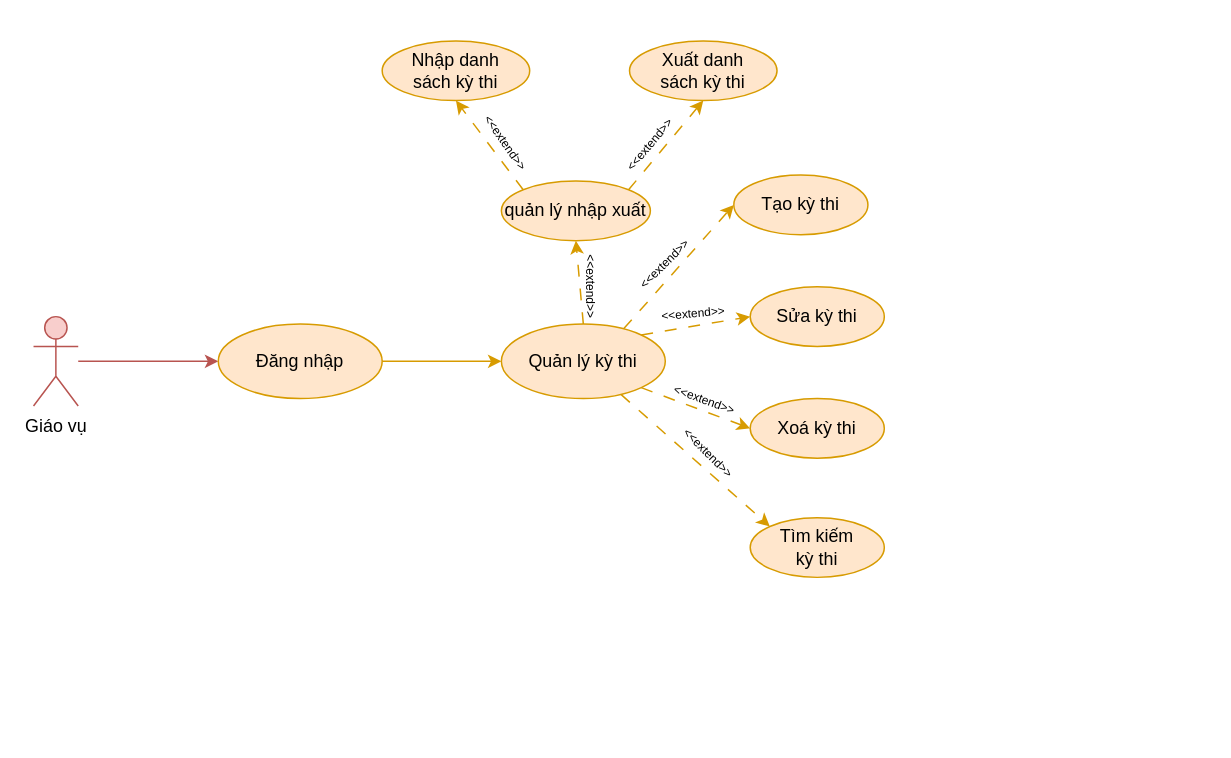
This is document/temp/draw/usecase_phanra/usecase_kythi.drawio from copecute/Edudex-Quiz, a draw.io file, before an edit. Source tidied: cells renumbered, new cells numbered last; positions are measured from the earlier drawing's top-left corner, leaving out a move shared by most shapes. Both pictures are drawn from the tidied source at 149%, with x=0, y=0 at pixel (33, 40).
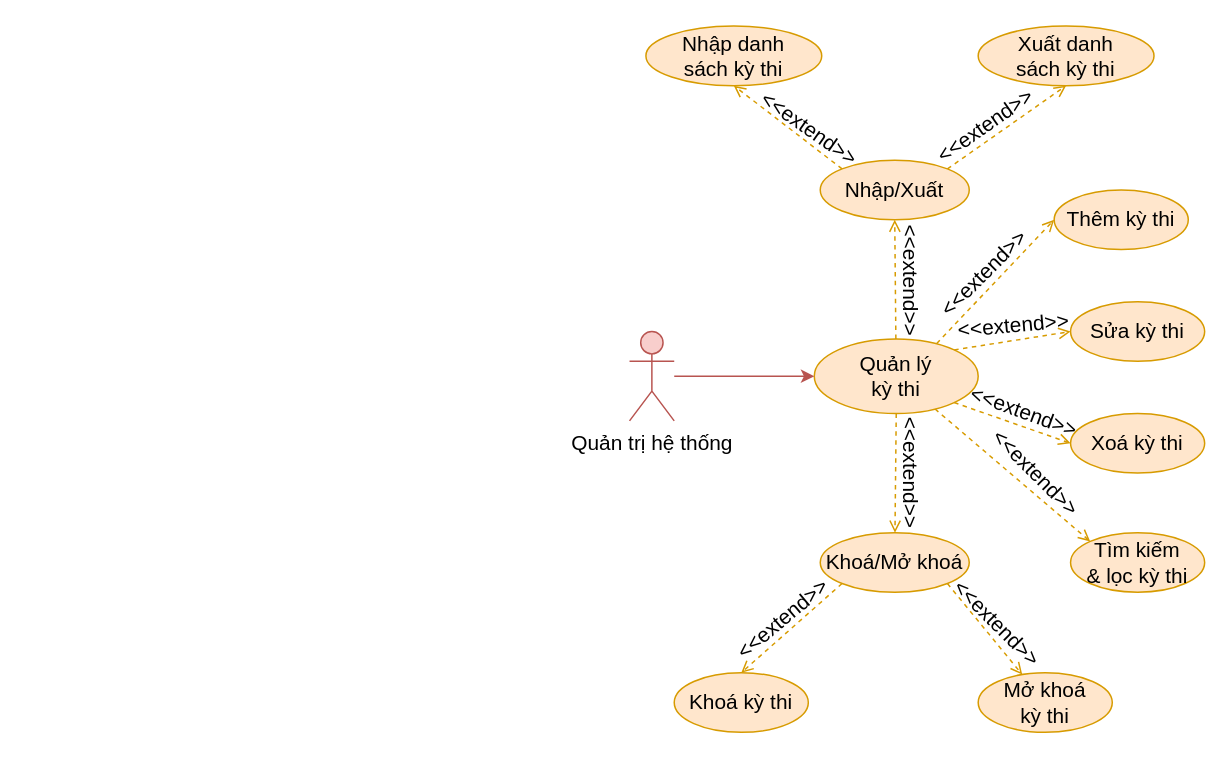
The same page after the edit.

What changed in the source:
```diff
@@
-    <mxCell id="2" value="&lt;font style=&quot;font-size: 8px;&quot;&gt;&amp;lt;&amp;lt;extend&amp;gt;&amp;gt;&lt;/font&gt;" style="text;html=1;strokeColor=none;fillColor=none;align=center;verticalAlign=middle;whiteSpace=wrap;rounded=0;rotation=90;" parent="1" vertex="1">
-      <mxGeometry x="345" y="150" width="60" height="30" as="geometry" />
-    </mxCell>
-    <mxCell id="3" style="rounded=0;jettySize=auto;html=1;entryX=0;entryY=0;entryDx=0;entryDy=0;fillColor=#ffe6cc;strokeColor=#d79b00;dashed=1;dashPattern=8 8;" parent="1" edge="1" source="5" target="12">
-      <mxGeometry relative="1" as="geometry" />
-    </mxCell>
-    <mxCell id="4" style="rounded=0;jettySize=auto;html=1;exitX=0.5;exitY=0;exitDx=0;exitDy=0;entryX=0.5;entryY=1;entryDx=0;entryDy=0;fillColor=#ffe6cc;strokeColor=#d79b00;dashed=1;dashPattern=8 8;" parent="1" edge="1" source="5" target="19">
-      <mxGeometry relative="1" as="geometry" />
-    </mxCell>
+    <mxCell id="28" style="rounded=0;jettySize=auto;html=1;entryX=0;entryY=0;entryDx=0;entryDy=0;fillColor=#ffe6cc;strokeColor=#d79b00;dashed=1;fontSize=14;endArrow=open;endFill=0;" parent="1" edge="1" source="5" target="33">
+      <mxGeometry relative="1" as="geometry" />
+    </mxCell>
+    <mxCell id="29" style="rounded=0;jettySize=auto;html=1;entryX=0.5;entryY=1;entryDx=0;entryDy=0;fillColor=#ffe6cc;strokeColor=#d79b00;dashed=1;fontSize=14;endArrow=open;endFill=0;" parent="1" edge="1" source="5" target="40">
+      <mxGeometry relative="1" as="geometry" />
+    </mxCell>
+    <mxCell id="30" style="rounded=0;jettySize=auto;html=1;dashed=1;endArrow=open;endFill=0;fillColor=#ffe6cc;strokeColor=#d79b00;fontSize=14;" parent="1" edge="1" source="5" target="48">
+      <mxGeometry relative="1" as="geometry" />
+    </mxCell>
-    <mxCell id="5" value="Quản lý kỳ thi" style="ellipse;whiteSpace=wrap;html=1;fillColor=#ffe6cc;strokeColor=#d79b00;" parent="1" vertex="1">
-      <mxGeometry x="314" y="190" width="110" height="50" as="geometry" />
+    <mxCell id="5" value="Quản lý&lt;br style=&quot;font-size: 14px;&quot;&gt;kỳ thi" style="ellipse;whiteSpace=wrap;html=1;fillColor=#ffe6cc;strokeColor=#d79b00;fontSize=14;" parent="1" vertex="1">
+      <mxGeometry x="524" y="200" width="110" height="50" as="geometry" />
     </mxCell>
-    <mxCell id="6" style="rounded=0;jettySize=auto;html=1;entryX=0;entryY=0.5;entryDx=0;entryDy=0;fillColor=#ffe6cc;strokeColor=#d79b00;exitX=0.747;exitY=0.061;exitDx=0;exitDy=0;exitPerimeter=0;dashed=1;dashPattern=8 8;" parent="1" edge="1" source="5" target="9">
-      <mxGeometry relative="1" as="geometry" />
-    </mxCell>
+    <mxCell id="31" style="rounded=0;jettySize=auto;html=1;entryX=0;entryY=0.5;entryDx=0;entryDy=0;fillColor=#ffe6cc;strokeColor=#d79b00;exitX=0.747;exitY=0.061;exitDx=0;exitDy=0;exitPerimeter=0;dashed=1;fontSize=14;endArrow=open;endFill=0;" parent="1" edge="1" source="5" target="32">
+      <mxGeometry relative="1" as="geometry" />
+    </mxCell>
-    <mxCell id="7" style="rounded=0;jettySize=auto;html=1;entryX=0;entryY=0.5;entryDx=0;entryDy=0;fillColor=#ffe6cc;strokeColor=#d79b00;exitX=1;exitY=0;exitDx=0;exitDy=0;dashed=1;dashPattern=8 8;" parent="1" edge="1" source="5" target="10">
+    <mxCell id="7" style="rounded=0;jettySize=auto;html=1;entryX=0;entryY=0.5;entryDx=0;entryDy=0;fillColor=#ffe6cc;strokeColor=#d79b00;exitX=1;exitY=0;exitDx=0;exitDy=0;dashed=1;fontSize=14;endArrow=open;endFill=0;" parent="1" edge="1" source="5" target="10">
       <mxGeometry relative="1" as="geometry" />
     </mxCell>
-    <mxCell id="8" style="rounded=0;jettySize=auto;html=1;exitX=1;exitY=1;exitDx=0;exitDy=0;entryX=0;entryY=0.5;entryDx=0;entryDy=0;fillColor=#ffe6cc;strokeColor=#d79b00;dashed=1;dashPattern=8 8;" parent="1" edge="1" source="5" target="11">
+    <mxCell id="8" style="rounded=0;jettySize=auto;html=1;exitX=1;exitY=1;exitDx=0;exitDy=0;entryX=0;entryY=0.5;entryDx=0;entryDy=0;fillColor=#ffe6cc;strokeColor=#d79b00;dashed=1;fontSize=14;endArrow=open;endFill=0;" parent="1" edge="1" source="5" target="11">
       <mxGeometry relative="1" as="geometry" />
     </mxCell>
-    <mxCell id="9" value="Tạo kỳ thi" style="ellipse;whiteSpace=wrap;html=1;fillColor=#ffe6cc;strokeColor=#d79b00;" parent="1" vertex="1">
-      <mxGeometry x="470" y="90" width="90" height="40" as="geometry" />
-    </mxCell>
+    <mxCell id="32" value="Thêm kỳ thi" style="ellipse;whiteSpace=wrap;html=1;fillColor=#ffe6cc;strokeColor=#d79b00;fontSize=14;" parent="1" vertex="1">
+      <mxGeometry x="685" y="100" width="90" height="40" as="geometry" />
+    </mxCell>
-    <mxCell id="10" value="Sửa kỳ thi" style="ellipse;whiteSpace=wrap;html=1;fillColor=#ffe6cc;strokeColor=#d79b00;" parent="1" vertex="1">
-      <mxGeometry x="481" y="165" width="90" height="40" as="geometry" />
+    <mxCell id="10" value="Sửa kỳ thi" style="ellipse;whiteSpace=wrap;html=1;fillColor=#ffe6cc;strokeColor=#d79b00;fontSize=14;" parent="1" vertex="1">
+      <mxGeometry x="696" y="175" width="90" height="40" as="geometry" />
     </mxCell>
-    <mxCell id="11" value="Xoá kỳ thi" style="ellipse;whiteSpace=wrap;html=1;fillColor=#ffe6cc;strokeColor=#d79b00;" parent="1" vertex="1">
-      <mxGeometry x="481" y="240" width="90" height="40" as="geometry" />
+    <mxCell id="11" value="Xoá kỳ thi" style="ellipse;whiteSpace=wrap;html=1;fillColor=#ffe6cc;strokeColor=#d79b00;fontSize=14;" parent="1" vertex="1">
+      <mxGeometry x="696" y="250" width="90" height="40" as="geometry" />
     </mxCell>
-    <mxCell id="12" value="Tìm kiếm&lt;br&gt;kỳ thi" style="ellipse;whiteSpace=wrap;html=1;fillColor=#ffe6cc;strokeColor=#d79b00;" parent="1" vertex="1">
-      <mxGeometry x="481" y="320" width="90" height="40" as="geometry" />
-    </mxCell>
-    <mxCell id="13" value="&lt;font style=&quot;font-size: 8px;&quot;&gt;&amp;lt;&amp;lt;extend&amp;gt;&amp;gt;&lt;/font&gt;" style="text;html=1;strokeColor=none;fillColor=none;align=center;verticalAlign=middle;whiteSpace=wrap;rounded=0;rotation=-45;" parent="1" vertex="1">
-      <mxGeometry x="393" y="134" width="60" height="30" as="geometry" />
-    </mxCell>
-    <mxCell id="14" value="&lt;font style=&quot;font-size: 8px;&quot;&gt;&amp;lt;&amp;lt;extend&amp;gt;&amp;gt;&lt;/font&gt;" style="text;html=1;strokeColor=none;fillColor=none;align=center;verticalAlign=middle;whiteSpace=wrap;rounded=0;rotation=-5;" parent="1" vertex="1">
-      <mxGeometry x="413" y="167" width="60" height="30" as="geometry" />
-    </mxCell>
-    <mxCell id="15" value="&lt;font style=&quot;font-size: 8px;&quot;&gt;&amp;lt;&amp;lt;extend&amp;gt;&amp;gt;&lt;/font&gt;" style="text;html=1;strokeColor=none;fillColor=none;align=center;verticalAlign=middle;whiteSpace=wrap;rounded=0;rotation=20;" parent="1" vertex="1">
-      <mxGeometry x="421" y="225" width="60" height="30" as="geometry" />
-    </mxCell>
-    <mxCell id="16" value="&lt;font style=&quot;font-size: 8px;&quot;&gt;&amp;lt;&amp;lt;extend&amp;gt;&amp;gt;&lt;/font&gt;" style="text;html=1;strokeColor=none;fillColor=none;align=center;verticalAlign=middle;whiteSpace=wrap;rounded=0;rotation=45;" parent="1" vertex="1">
-      <mxGeometry x="424" y="261" width="60" height="30" as="geometry" />
-    </mxCell>
-    <mxCell id="17" style="rounded=0;jettySize=auto;html=1;exitX=0;exitY=0;exitDx=0;exitDy=0;entryX=0.5;entryY=1;entryDx=0;entryDy=0;dashed=1;dashPattern=8 8;fillColor=#ffe6cc;strokeColor=#d79b00;" parent="1" edge="1" source="19" target="21">
-      <mxGeometry relative="1" as="geometry" />
-    </mxCell>
-    <mxCell id="18" style="rounded=0;jettySize=auto;html=1;exitX=1;exitY=0;exitDx=0;exitDy=0;entryX=0.5;entryY=1;entryDx=0;entryDy=0;dashed=1;dashPattern=8 8;fillColor=#ffe6cc;strokeColor=#d79b00;" parent="1" edge="1" source="19" target="20">
-      <mxGeometry relative="1" as="geometry" />
-    </mxCell>
-    <mxCell id="19" value="quản lý nhập xuất" style="ellipse;whiteSpace=wrap;html=1;fillColor=#ffe6cc;strokeColor=#d79b00;" parent="1" vertex="1">
-      <mxGeometry x="314" y="94" width="100" height="40" as="geometry" />
-    </mxCell>
+    <mxCell id="33" value="Tìm kiếm&lt;br style=&quot;font-size: 14px;&quot;&gt;&amp;amp; lọc kỳ thi" style="ellipse;whiteSpace=wrap;html=1;fillColor=#ffe6cc;strokeColor=#d79b00;fontSize=14;" parent="1" vertex="1">
+      <mxGeometry x="696" y="330" width="90" height="40" as="geometry" />
+    </mxCell>
+    <mxCell id="34" value="&lt;font style=&quot;font-size: 14px;&quot;&gt;&amp;lt;&amp;lt;extend&amp;gt;&amp;gt;&lt;/font&gt;" style="text;html=1;strokeColor=none;fillColor=none;align=center;verticalAlign=middle;whiteSpace=wrap;rounded=0;rotation=-45;fontSize=14;" parent="1" vertex="1">
+      <mxGeometry x="608" y="141" width="60" height="30" as="geometry" />
+    </mxCell>
+    <mxCell id="35" value="&lt;font style=&quot;font-size: 14px;&quot;&gt;&amp;lt;&amp;lt;extend&amp;gt;&amp;gt;&lt;/font&gt;" style="text;html=1;strokeColor=none;fillColor=none;align=center;verticalAlign=middle;whiteSpace=wrap;rounded=0;rotation=-5;fontSize=14;" parent="1" vertex="1">
+      <mxGeometry x="628" y="176" width="60" height="30" as="geometry" />
+    </mxCell>
+    <mxCell id="36" value="&lt;font style=&quot;font-size: 14px;&quot;&gt;&amp;lt;&amp;lt;extend&amp;gt;&amp;gt;&lt;/font&gt;" style="text;html=1;strokeColor=none;fillColor=none;align=center;verticalAlign=middle;whiteSpace=wrap;rounded=0;rotation=20;fontSize=14;" parent="1" vertex="1">
+      <mxGeometry x="635" y="234" width="60" height="30" as="geometry" />
+    </mxCell>
+    <mxCell id="37" value="&lt;font style=&quot;font-size: 14px;&quot;&gt;&amp;lt;&amp;lt;extend&amp;gt;&amp;gt;&lt;/font&gt;" style="text;html=1;strokeColor=none;fillColor=none;align=center;verticalAlign=middle;whiteSpace=wrap;rounded=0;rotation=45;fontSize=14;" parent="1" vertex="1">
+      <mxGeometry x="643" y="275" width="60" height="30" as="geometry" />
+    </mxCell>
+    <mxCell id="38" style="rounded=0;jettySize=auto;html=1;exitX=0;exitY=0;exitDx=0;exitDy=0;dashed=1;fillColor=#ffe6cc;strokeColor=#d79b00;fontSize=14;endArrow=open;endFill=0;" parent="1" edge="1" source="40">
+      <mxGeometry relative="1" as="geometry">
+        <mxPoint x="470" y="30" as="targetPoint" />
+      </mxGeometry>
+    </mxCell>
+    <mxCell id="39" style="rounded=0;jettySize=auto;html=1;exitX=1;exitY=0;exitDx=0;exitDy=0;dashed=1;fillColor=#ffe6cc;strokeColor=#d79b00;fontSize=14;entryX=0.5;entryY=1;entryDx=0;entryDy=0;endArrow=open;endFill=0;" parent="1" edge="1" source="40" target="20">
+      <mxGeometry relative="1" as="geometry" />
+    </mxCell>
+    <mxCell id="40" value="Nhập/Xuất" style="ellipse;whiteSpace=wrap;html=1;fillColor=#ffe6cc;strokeColor=#d79b00;fontSize=14;" parent="1" vertex="1">
+      <mxGeometry x="528" y="80" width="100" height="40" as="geometry" />
+    </mxCell>
+    <mxCell id="41" value="&lt;font style=&quot;font-size: 14px;&quot;&gt;&amp;lt;&amp;lt;extend&amp;gt;&amp;gt;&lt;/font&gt;" style="text;html=1;strokeColor=none;fillColor=none;align=center;verticalAlign=middle;whiteSpace=wrap;rounded=0;rotation=90;fontSize=14;" parent="1" vertex="1">
+      <mxGeometry x="559" y="146" width="60" height="30" as="geometry" />
+    </mxCell>
+    <mxCell id="21" value="Nhập danh&lt;br style=&quot;font-size: 14px;&quot;&gt;sách kỳ thi" style="ellipse;whiteSpace=wrap;html=1;fillColor=#ffe6cc;strokeColor=#d79b00;fontSize=14;" parent="1" vertex="1">
+      <mxGeometry x="411" y="-10" width="118" height="40" as="geometry" />
+    </mxCell>
+    <mxCell id="42" value="&lt;font style=&quot;font-size: 14px;&quot;&gt;&amp;lt;&amp;lt;extend&amp;gt;&amp;gt;&lt;/font&gt;" style="text;html=1;strokeColor=none;fillColor=none;align=center;verticalAlign=middle;whiteSpace=wrap;rounded=0;rotation=35;fontSize=14;" parent="1" vertex="1">
+      <mxGeometry x="491" y="44" width="60" height="30" as="geometry" />
+    </mxCell>
+    <mxCell id="43" value="&lt;font style=&quot;font-size: 14px;&quot;&gt;&amp;lt;&amp;lt;extend&amp;gt;&amp;gt;&lt;/font&gt;" style="text;html=1;strokeColor=none;fillColor=none;align=center;verticalAlign=middle;whiteSpace=wrap;rounded=0;rotation=-35;fontSize=14;" parent="1" vertex="1">
+      <mxGeometry x="609" y="42" width="60" height="30" as="geometry" />
+    </mxCell>
+    <mxCell id="44" style="rounded=0;jettySize=auto;html=1;entryX=0;entryY=0.5;entryDx=0;entryDy=0;fillColor=#f8cecc;strokeColor=#b85450;fontSize=14;" parent="1" edge="1" source="45">
+      <mxGeometry relative="1" as="geometry">
+        <mxPoint x="524" y="225" as="targetPoint" />
+      </mxGeometry>
+    </mxCell>
+    <mxCell id="45" value="Quản trị hệ thống" style="shape=umlActor;verticalLabelPosition=bottom;verticalAlign=top;html=1;outlineConnect=0;fillColor=#f8cecc;strokeColor=#b85450;fontSize=14;" parent="1" vertex="1">
+      <mxGeometry x="400" y="195" width="30" height="60" as="geometry" />
+    </mxCell>
-    <mxCell id="20" value="Xuất danh&lt;br&gt;sách kỳ thi" style="ellipse;whiteSpace=wrap;html=1;fillColor=#ffe6cc;strokeColor=#d79b00;" parent="1" vertex="1">
-      <mxGeometry x="400" width="99" height="40" as="geometry" />
+    <mxCell id="20" value="Xuất danh&lt;br style=&quot;font-size: 14px;&quot;&gt;sách kỳ thi" style="ellipse;whiteSpace=wrap;html=1;fillColor=#ffe6cc;strokeColor=#d79b00;fontSize=14;" parent="1" vertex="1">
+      <mxGeometry x="634" y="-10" width="118" height="40" as="geometry" />
     </mxCell>
-    <mxCell id="21" value="Nhập danh&lt;br&gt;sách kỳ thi" style="ellipse;whiteSpace=wrap;html=1;fillColor=#ffe6cc;strokeColor=#d79b00;" parent="1" vertex="1">
-      <mxGeometry x="234" width="99" height="40" as="geometry" />
-    </mxCell>
-    <mxCell id="22" value="&lt;font style=&quot;font-size: 8px;&quot;&gt;&amp;lt;&amp;lt;extend&amp;gt;&amp;gt;&lt;/font&gt;" style="text;html=1;strokeColor=none;fillColor=none;align=center;verticalAlign=middle;whiteSpace=wrap;rounded=0;rotation=55;" parent="1" vertex="1">
-      <mxGeometry x="288" y="53" width="60" height="30" as="geometry" />
-    </mxCell>
-    <mxCell id="23" value="&lt;font style=&quot;font-size: 8px;&quot;&gt;&amp;lt;&amp;lt;extend&amp;gt;&amp;gt;&lt;/font&gt;" style="text;html=1;strokeColor=none;fillColor=none;align=center;verticalAlign=middle;whiteSpace=wrap;rounded=0;rotation=-50;" parent="1" vertex="1">
-      <mxGeometry x="383" y="54" width="60" height="30" as="geometry" />
-    </mxCell>
-    <mxCell id="24" style="rounded=0;jettySize=auto;html=1;entryX=0;entryY=0.5;entryDx=0;entryDy=0;fillColor=#f8cecc;strokeColor=#b85450;" parent="1" edge="1" source="25" target="27">
-      <mxGeometry relative="1" as="geometry" />
-    </mxCell>
-    <mxCell id="25" value="Giáo vụ" style="shape=umlActor;verticalLabelPosition=bottom;verticalAlign=top;html=1;outlineConnect=0;fillColor=#f8cecc;strokeColor=#b85450;" parent="1" vertex="1">
-      <mxGeometry y="185" width="30" height="60" as="geometry" />
-    </mxCell>
-    <mxCell id="26" style="edgeStyle=orthogonalEdgeStyle;rounded=0;jettySize=auto;html=1;entryX=0;entryY=0.5;entryDx=0;entryDy=0;fillColor=#ffe6cc;strokeColor=#d79b00;" parent="1" edge="1" source="27">
-      <mxGeometry relative="1" as="geometry">
-        <mxPoint x="314" y="215" as="targetPoint" />
-      </mxGeometry>
-    </mxCell>
-    <mxCell id="27" value="Đăng nhập" style="ellipse;whiteSpace=wrap;html=1;fillColor=#ffe6cc;strokeColor=#d79b00;" parent="1" vertex="1">
-      <mxGeometry x="124" y="190" width="110" height="50" as="geometry" />
-    </mxCell>
+    <mxCell id="46" style="rounded=0;jettySize=auto;html=1;exitX=0;exitY=1;exitDx=0;exitDy=0;entryX=0.5;entryY=0;entryDx=0;entryDy=0;dashed=1;endArrow=open;endFill=0;fillColor=#ffe6cc;strokeColor=#d79b00;" parent="1" edge="1" source="48" target="50">
+      <mxGeometry relative="1" as="geometry" />
+    </mxCell>
+    <mxCell id="47" style="rounded=0;jettySize=auto;html=1;exitX=1;exitY=1;exitDx=0;exitDy=0;fillColor=#ffe6cc;strokeColor=#d79b00;dashed=1;endArrow=open;endFill=0;" parent="1" edge="1" source="48" target="51">
+      <mxGeometry relative="1" as="geometry" />
+    </mxCell>
+    <mxCell id="48" value="Khoá/Mở khoá" style="ellipse;whiteSpace=wrap;html=1;fillColor=#ffe6cc;strokeColor=#d79b00;fontSize=14;" parent="1" vertex="1">
+      <mxGeometry x="528" y="330" width="100" height="40" as="geometry" />
+    </mxCell>
+    <mxCell id="49" value="&lt;font style=&quot;font-size: 14px;&quot;&gt;&amp;lt;&amp;lt;extend&amp;gt;&amp;gt;&lt;/font&gt;" style="text;html=1;strokeColor=none;fillColor=none;align=center;verticalAlign=middle;whiteSpace=wrap;rounded=0;rotation=90;fontSize=14;" parent="1" vertex="1">
+      <mxGeometry x="559" y="275" width="60" height="30" as="geometry" />
+    </mxCell>
+    <mxCell id="50" value="Khoá kỳ thi" style="ellipse;whiteSpace=wrap;html=1;fillColor=#ffe6cc;strokeColor=#d79b00;fontSize=14;" parent="1" vertex="1">
+      <mxGeometry x="430" y="424" width="90" height="40" as="geometry" />
+    </mxCell>
+    <mxCell id="51" value="Mở khoá&lt;br&gt;kỳ thi" style="ellipse;whiteSpace=wrap;html=1;fillColor=#ffe6cc;strokeColor=#d79b00;fontSize=14;" parent="1" vertex="1">
+      <mxGeometry x="634" y="424" width="90" height="40" as="geometry" />
+    </mxCell>
+    <mxCell id="52" value="&lt;font style=&quot;font-size: 14px;&quot;&gt;&amp;lt;&amp;lt;extend&amp;gt;&amp;gt;&lt;/font&gt;" style="text;html=1;strokeColor=none;fillColor=none;align=center;verticalAlign=middle;whiteSpace=wrap;rounded=0;rotation=-40;fontSize=14;" parent="1" vertex="1">
+      <mxGeometry x="473" y="373" width="60" height="30" as="geometry" />
+    </mxCell>
+    <mxCell id="53" value="&lt;font style=&quot;font-size: 14px;&quot;&gt;&amp;lt;&amp;lt;extend&amp;gt;&amp;gt;&lt;/font&gt;" style="text;html=1;strokeColor=none;fillColor=none;align=center;verticalAlign=middle;whiteSpace=wrap;rounded=0;rotation=45;fontSize=14;" parent="1" vertex="1">
+      <mxGeometry x="617" y="376" width="60" height="30" as="geometry" />
+    </mxCell>
```
